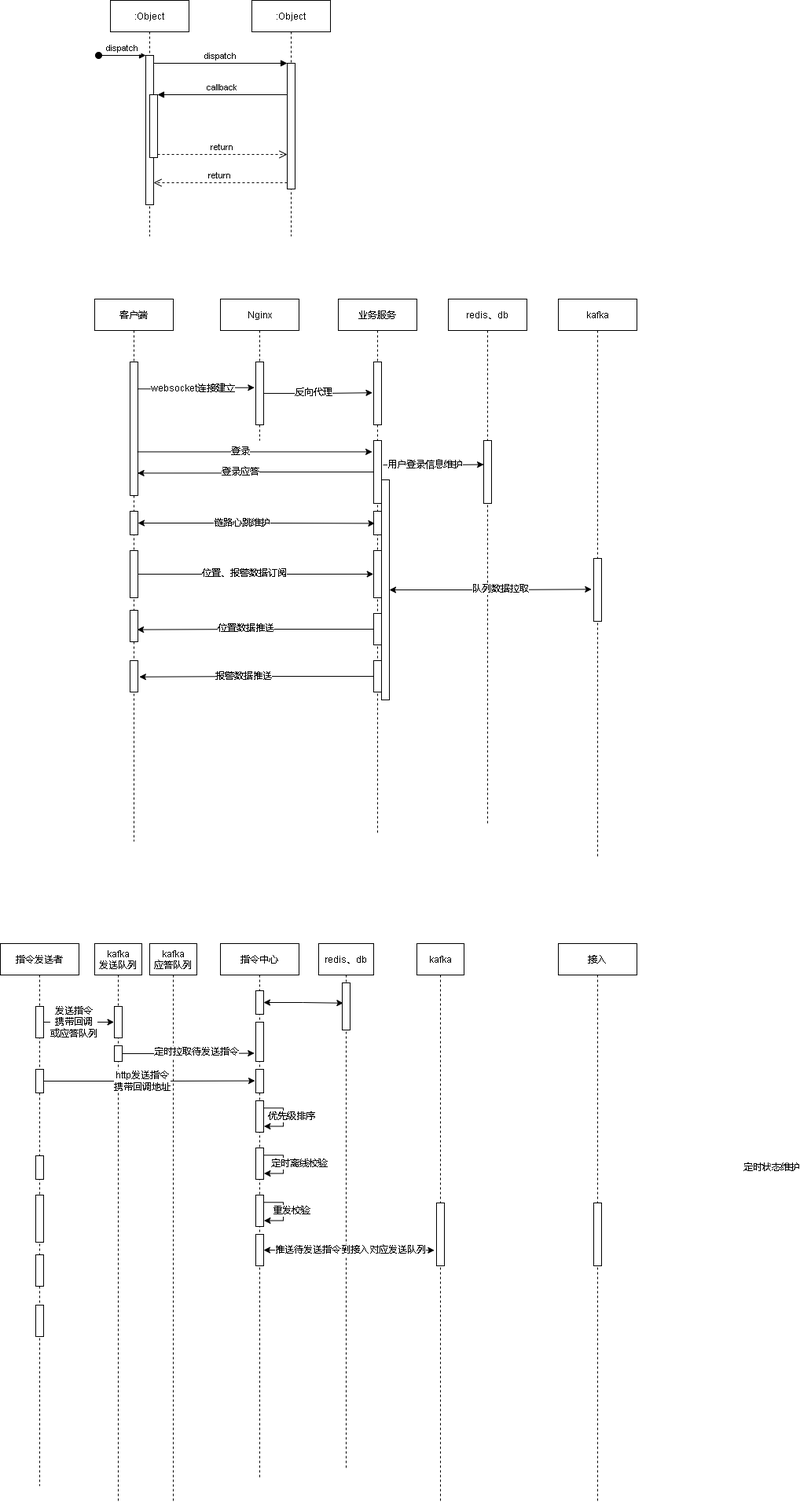
This is cgopro关键业务.drawio.png from xktder/draw, a draw.io export, as it was before one commit. Source tidied: cells renumbered, new cells last; positions are measured from the earlier drawing's top-left corner, leaving out a move shared by most shapes.
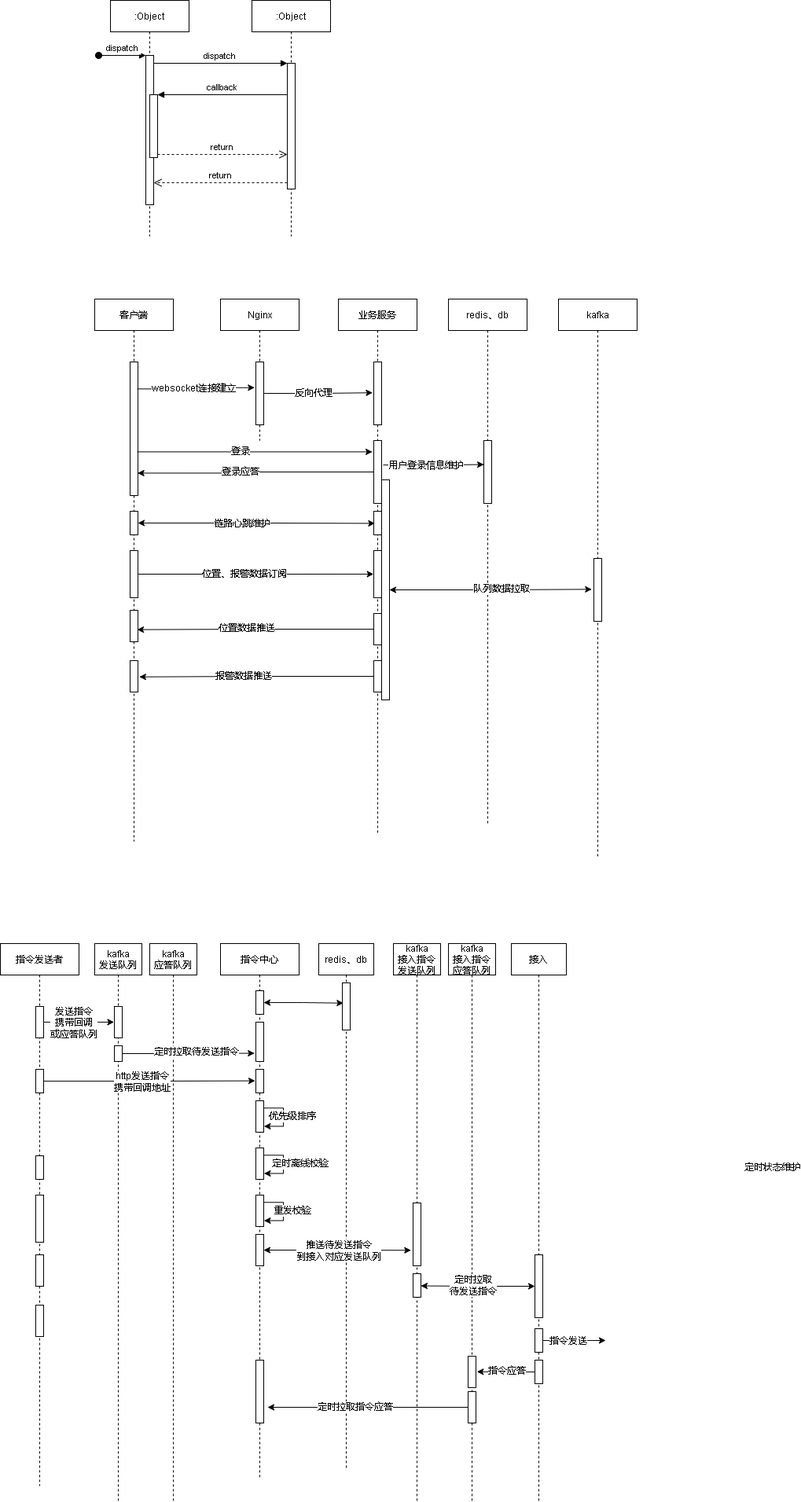
After the change.

Commit message:
更新cgopro关键业务.drawio.png

Diff of the diagram source:
```diff
@@ -240,24 +240,36 @@
     <mxCell id="72" style="points=[];perimeter=orthogonalPerimeter;rounded=0;shadow=0;strokeWidth=1;" parent="59" vertex="1">
       <mxGeometry x="45" y="370" width="10" height="40" as="geometry" />
     </mxCell>
+    <mxCell id="93" style="points=[];perimeter=orthogonalPerimeter;rounded=0;shadow=0;strokeWidth=1;" parent="59" vertex="1">
+      <mxGeometry x="45" y="530" width="10" height="80" as="geometry" />
+    </mxCell>
     <mxCell id="73" value="redis、db" style="shape=umlLifeline;perimeter=lifelinePerimeter;rounded=0;shadow=0;strokeWidth=1;" parent="1" vertex="1">
       <mxGeometry x="405" y="1200" width="70" height="670" as="geometry" />
     </mxCell>
     <mxCell id="74" style="points=[];perimeter=orthogonalPerimeter;rounded=0;shadow=0;strokeWidth=1;" parent="73" vertex="1">
       <mxGeometry x="30" y="50" width="10" height="60" as="geometry" />
     </mxCell>
-    <mxCell id="75" value="kafka" style="shape=umlLifeline;perimeter=lifelinePerimeter;rounded=0;shadow=0;strokeWidth=1;" parent="1" vertex="1">
-      <mxGeometry x="530" y="1200" width="60" height="710" as="geometry" />
+    <mxCell id="75" value="kafka&#10;接入指令&#10;发送队列" style="shape=umlLifeline;perimeter=lifelinePerimeter;rounded=0;shadow=0;strokeWidth=1;" parent="1" vertex="1">
+      <mxGeometry x="500" y="1200" width="60" height="710" as="geometry" />
     </mxCell>
     <mxCell id="76" style="points=[];perimeter=orthogonalPerimeter;rounded=0;shadow=0;strokeWidth=1;" parent="75" vertex="1">
       <mxGeometry x="25" y="330" width="10" height="80" as="geometry" />
     </mxCell>
+    <mxCell id="94" style="points=[];perimeter=orthogonalPerimeter;rounded=0;shadow=0;strokeWidth=1;" parent="75" vertex="1">
+      <mxGeometry x="25" y="420" width="10" height="30" as="geometry" />
+    </mxCell>
     <mxCell id="77" value="接入" style="shape=umlLifeline;perimeter=lifelinePerimeter;rounded=0;shadow=0;strokeWidth=1;" parent="1" vertex="1">
-      <mxGeometry x="710" y="1200" width="100" height="710" as="geometry" />
+      <mxGeometry x="650" y="1200" width="70" height="710" as="geometry" />
     </mxCell>
     <mxCell id="78" style="points=[];perimeter=orthogonalPerimeter;rounded=0;shadow=0;strokeWidth=1;" parent="77" vertex="1">
-      <mxGeometry x="45" y="330" width="10" height="80" as="geometry" />
+      <mxGeometry x="30" y="396" width="10" height="80" as="geometry" />
     </mxCell>
+    <mxCell id="95" style="points=[];perimeter=orthogonalPerimeter;rounded=0;shadow=0;strokeWidth=1;" parent="77" vertex="1">
+      <mxGeometry x="30" y="490" width="10" height="30" as="geometry" />
+    </mxCell>
+    <mxCell id="96" style="points=[];perimeter=orthogonalPerimeter;rounded=0;shadow=0;strokeWidth=1;" parent="77" vertex="1">
+      <mxGeometry x="30" y="530" width="10" height="30" as="geometry" />
+    </mxCell>
     <mxCell id="79" value="kafka&#10;发送队列" style="shape=umlLifeline;perimeter=lifelinePerimeter;rounded=0;shadow=0;strokeWidth=1;" parent="1" vertex="1">
       <mxGeometry x="120" y="1200" width="60" height="710" as="geometry" />
     </mxCell>
@@ -301,10 +313,49 @@
     <mxCell id="91" style="edgeStyle=orthogonalEdgeStyle;rounded=0;jettySize=auto;html=1;entryX=-0.269;entryY=0.753;entryDx=0;entryDy=0;entryPerimeter=0;startArrow=classic;startFill=1;" parent="1" edge="1" source="72" target="76">
       <mxGeometry relative="1" as="geometry" />
     </mxCell>
-    <mxCell id="92" value="推送待发送指令到接入对应发送队列" style="edgeLabel;html=1;align=center;verticalAlign=middle;" parent="91" vertex="1">
+    <mxCell id="92" value="推送待发送指令&lt;br&gt;到接入对应发送队列" style="edgeLabel;html=1;align=center;verticalAlign=middle;" parent="91" vertex="1">
       <mxGeometry x="0.11" y="1" relative="1" as="geometry">
         <mxPoint x="-9" y="1" as="offset" />
       </mxGeometry>
     </mxCell>
+    <mxCell id="97" value="kafka&#10;接入指令&#10;应答队列" style="shape=umlLifeline;perimeter=lifelinePerimeter;rounded=0;shadow=0;strokeWidth=1;" parent="1" vertex="1">
+      <mxGeometry x="570" y="1200" width="60" height="710" as="geometry" />
+    </mxCell>
+    <mxCell id="98" style="points=[];perimeter=orthogonalPerimeter;rounded=0;shadow=0;strokeWidth=1;" parent="97" vertex="1">
+      <mxGeometry x="25" y="525" width="10" height="40" as="geometry" />
+    </mxCell>
+    <mxCell id="99" style="points=[];perimeter=orthogonalPerimeter;rounded=0;shadow=0;strokeWidth=1;" parent="97" vertex="1">
+      <mxGeometry x="25" y="570" width="10" height="40" as="geometry" />
+    </mxCell>
+    <mxCell id="100" style="edgeStyle=orthogonalEdgeStyle;rounded=0;jettySize=auto;html=1;entryX=0.994;entryY=0.517;entryDx=0;entryDy=0;entryPerimeter=0;startArrow=classic;startFill=1;" parent="1" edge="1" source="78" target="94">
+      <mxGeometry relative="1" as="geometry" />
+    </mxCell>
+    <mxCell id="101" value="定时拉取&lt;br&gt;待发送指令" style="edgeLabel;html=1;align=center;verticalAlign=middle;" parent="100" vertex="1">
+      <mxGeometry x="0.1" y="-1" relative="1" as="geometry" />
+    </mxCell>
+    <mxCell id="102" style="edgeStyle=orthogonalEdgeStyle;rounded=0;jettySize=auto;html=1;startArrow=none;startFill=0;" parent="1" edge="1" source="95">
+      <mxGeometry relative="1" as="geometry">
+        <mxPoint x="770" y="1705" as="targetPoint" />
+      </mxGeometry>
+    </mxCell>
+    <mxCell id="103" value="指令发送" style="edgeLabel;html=1;align=center;verticalAlign=middle;" parent="102" vertex="1">
+      <mxGeometry x="-0.22" y="2" relative="1" as="geometry">
+        <mxPoint y="2" as="offset" />
+      </mxGeometry>
+    </mxCell>
+    <mxCell id="104" style="edgeStyle=orthogonalEdgeStyle;rounded=0;jettySize=auto;html=1;entryX=1.126;entryY=0.494;entryDx=0;entryDy=0;entryPerimeter=0;startArrow=none;startFill=0;" parent="1" edge="1" source="96" target="98">
+      <mxGeometry relative="1" as="geometry" />
+    </mxCell>
+    <mxCell id="105" value="指令应答" style="edgeLabel;html=1;align=center;verticalAlign=middle;" parent="104" vertex="1">
+      <mxGeometry x="0.2" y="-1" relative="1" as="geometry">
+        <mxPoint x="8" as="offset" />
+      </mxGeometry>
+    </mxCell>
+    <mxCell id="106" style="edgeStyle=orthogonalEdgeStyle;rounded=0;jettySize=auto;html=1;entryX=1.5;entryY=0.75;entryDx=0;entryDy=0;entryPerimeter=0;startArrow=none;startFill=0;" parent="1" edge="1" source="99" target="93">
+      <mxGeometry relative="1" as="geometry" />
+    </mxCell>
+    <mxCell id="107" value="定时拉取指令应答" style="edgeLabel;html=1;align=center;verticalAlign=middle;" parent="106" vertex="1">
+      <mxGeometry x="0.13" y="-1" relative="1" as="geometry" />
+    </mxCell>
   </root>
 </mxGraphModel>
```
